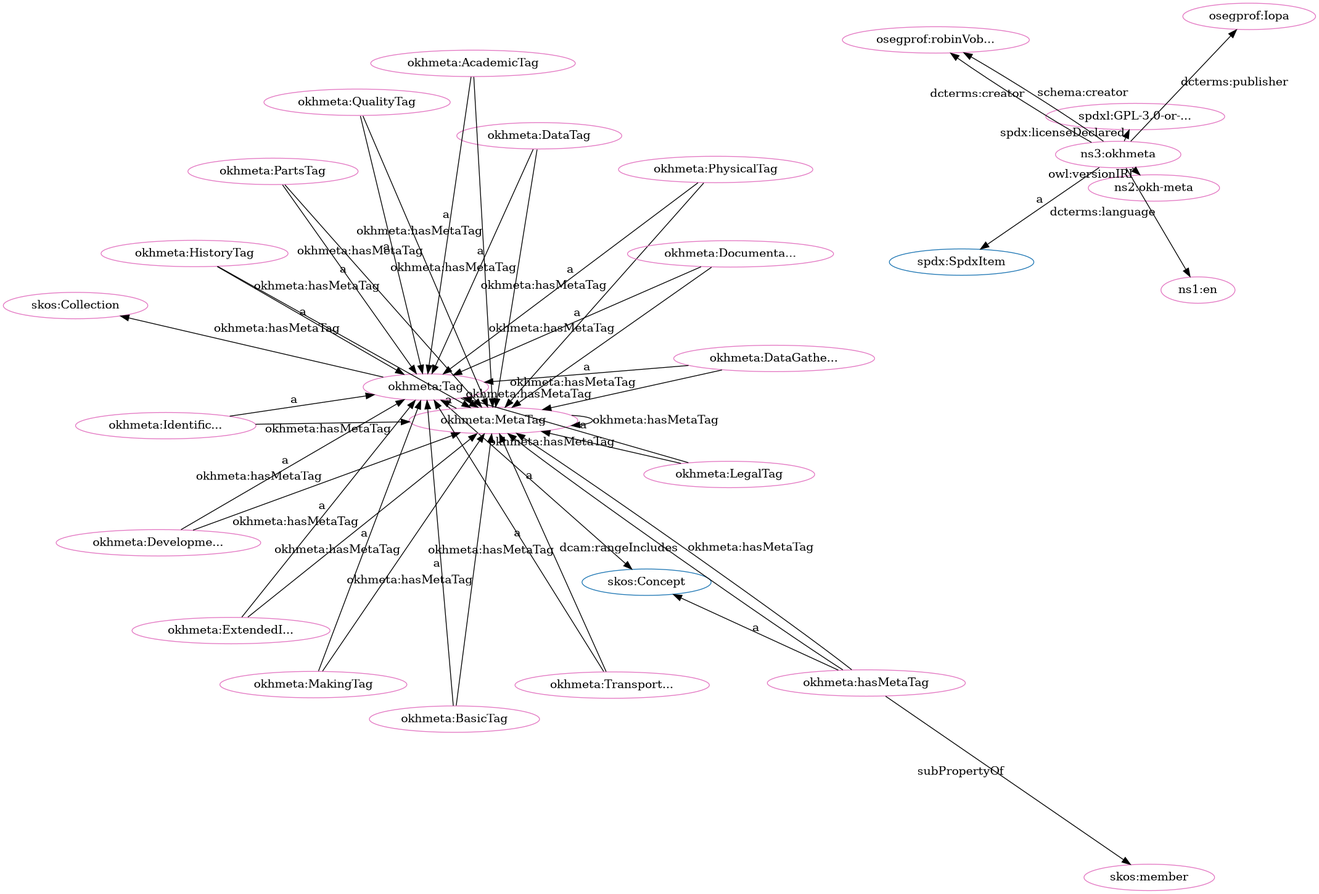
This is src/spec/dot_okh-meta-clean.png from iop-alliance/OpenKnowHow, a Graphviz export, as it was before one commit. Its source is kept beside it as src/spec/dot_okh-meta-clean.dot.
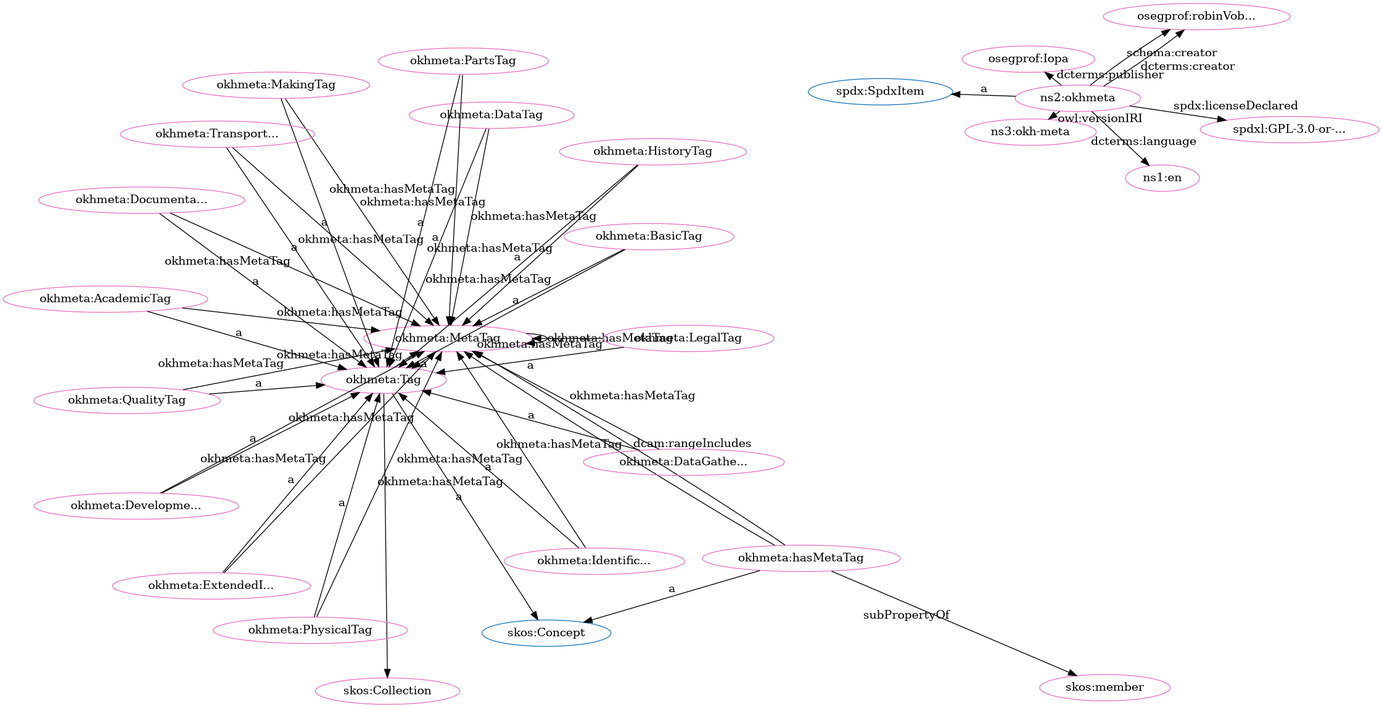
Later version of the same file.

Change to the diagram source:
```diff
@@ -1,80 +1,80 @@
 digraph G {
   rankdir=BT
   node[height=.3]
+"http://spdx.org/rdf/terms#SpdxItem" [fillcolor="#1f77b4" color="#1f77b4" label="spdx:SpdxItem"]
+"http://www.w3.org/2004/02/skos/core#Collection" [fillcolor="#1f77b4" color="#1f77b4" label="skos:Collection"]
 "http://www.w3.org/2004/02/skos/core#Concept" [fillcolor="#1f77b4" color="#1f77b4" label="skos:Concept"]
-"http://www.w3.org/2004/02/skos/core#Collection" [fillcolor="#1f77b4" color="#1f77b4" label="skos:Collection"]
-"http://spdx.org/rdf/terms#SpdxItem" [fillcolor="#1f77b4" color="#1f77b4" label="spdx:SpdxItem"]
 "http://w3id.org/oseg/ont/okhmeta#Tag" [fillcolor="#1f77b4" color="#1f77b4" label="okhmeta:Tag"]
 "http://w3id.org/oseg/ont/okhmeta#MetaTag" [fillcolor="#e377c2" color="#e377c2" label="okhmeta:MetaTag"]
+"http://id.loc.gov/vocabulary/iso639-1/en" [fillcolor="#e377c2" color="#e377c2" label="ns1:en"]
+"http://w3id.org/oseg/ont/okhmeta#hasMetaTag" [fillcolor="#e377c2" color="#e377c2" label="okhmeta:hasMetaTag"]
+"http://w3id.org/oseg/ont/okhmeta#MakingTag" [fillcolor="#e377c2" color="#e377c2" label="okhmeta:MakingTag"]
+"http://w3id.org/oseg/ont/okhmeta#DevelopmentTag" [fillcolor="#e377c2" color="#e377c2" label="okhmeta:Developme..."]
+"http://w3id.org/oseg/ont/okhmeta#Tag" [fillcolor="#e377c2" color="#e377c2" label="okhmeta:Tag"]
 "http://w3id.org/oseg/ont/okhmeta#LegalTag" [fillcolor="#e377c2" color="#e377c2" label="okhmeta:LegalTag"]
-"http://id.loc.gov/vocabulary/iso639-1/en" [fillcolor="#e377c2" color="#e377c2" label="ns1:en"]
+"http://w3id.org/oseg/ont/okhmeta#QualityTag" [fillcolor="#e377c2" color="#e377c2" label="okhmeta:QualityTag"]
+"http://w3id.org/oseg/ont/okhmeta#ExtendedInfoTag" [fillcolor="#e377c2" color="#e377c2" label="okhmeta:ExtendedI..."]
+"http://w3id.org/oseg/ont/okhmeta#IdentificationTag" [fillcolor="#e377c2" color="#e377c2" label="okhmeta:Identific..."]
+"http://w3id.org/oseg/ont/okhmeta" [fillcolor="#e377c2" color="#e377c2" label="ns2:okhmeta"]
+"http://w3id.org/oseg/ont/oseg-profiles#Iopa" [fillcolor="#e377c2" color="#e377c2" label="osegprof:Iopa"]
 "http://w3id.org/oseg/ont/okhmeta#DataTag" [fillcolor="#e377c2" color="#e377c2" label="okhmeta:DataTag"]
+"http://spdx.org/licenses/GPL-3.0-or-later" [fillcolor="#e377c2" color="#e377c2" label="spdxl:GPL-3.0-or-..."]
+"http://w3id.org/oseg/ont/oseg-profiles#robinVobruba" [fillcolor="#e377c2" color="#e377c2" label="osegprof:robinVob..."]
+"http://www.w3.org/2004/02/skos/core#Collection" [fillcolor="#e377c2" color="#e377c2" label="skos:Collection"]
+"http://www.w3.org/2004/02/skos/core#member" [fillcolor="#e377c2" color="#e377c2" label="skos:member"]
+"http://w3id.org/oseg/ont/okhmeta#BasicTag" [fillcolor="#e377c2" color="#e377c2" label="okhmeta:BasicTag"]
 "http://w3id.org/oseg/ont/okhmeta#HistoryTag" [fillcolor="#e377c2" color="#e377c2" label="okhmeta:HistoryTag"]
-"http://w3id.org/oseg/ont/1.1.0/okh-meta" [fillcolor="#e377c2" color="#e377c2" label="ns2:okh-meta"]
+"http://w3id.org/oseg/ont/okhmeta#DocumentationTag" [fillcolor="#e377c2" color="#e377c2" label="okhmeta:Documenta..."]
 "http://w3id.org/oseg/ont/okhmeta#DataGatheringTag" [fillcolor="#e377c2" color="#e377c2" label="okhmeta:DataGathe..."]
-"http://w3id.org/oseg/ont/okhmeta#MakingTag" [fillcolor="#e377c2" color="#e377c2" label="okhmeta:MakingTag"]
+"http://w3id.org/oseg/ont/okhmeta#PartsTag" [fillcolor="#e377c2" color="#e377c2" label="okhmeta:PartsTag"]
+"http://w3id.org/oseg/ont/okhmeta#PhysicalTag" [fillcolor="#e377c2" color="#e377c2" label="okhmeta:PhysicalTag"]
 "http://w3id.org/oseg/ont/okhmeta#TransportationTag" [fillcolor="#e377c2" color="#e377c2" label="okhmeta:Transport..."]
-"http://w3id.org/oseg/ont/oseg-profiles#robinVobruba" [fillcolor="#e377c2" color="#e377c2" label="osegprof:robinVob..."]
-"http://w3id.org/oseg/ont/okhmeta#hasMetaTag" [fillcolor="#e377c2" color="#e377c2" label="okhmeta:hasMetaTag"]
-"http://w3id.org/oseg/ont/okhmeta#IdentificationTag" [fillcolor="#e377c2" color="#e377c2" label="okhmeta:Identific..."]
-"http://w3id.org/oseg/ont/oseg-profiles#Iopa" [fillcolor="#e377c2" color="#e377c2" label="osegprof:Iopa"]
-"http://spdx.org/licenses/GPL-3.0-or-later" [fillcolor="#e377c2" color="#e377c2" label="spdxl:GPL-3.0-or-..."]
-"http://w3id.org/oseg/ont/okhmeta#BasicTag" [fillcolor="#e377c2" color="#e377c2" label="okhmeta:BasicTag"]
 "http://w3id.org/oseg/ont/okhmeta#AcademicTag" [fillcolor="#e377c2" color="#e377c2" label="okhmeta:AcademicTag"]
-"http://w3id.org/oseg/ont/okhmeta#PhysicalTag" [fillcolor="#e377c2" color="#e377c2" label="okhmeta:PhysicalTag"]
-"http://w3id.org/oseg/ont/okhmeta#DocumentationTag" [fillcolor="#e377c2" color="#e377c2" label="okhmeta:Documenta..."]
-"http://w3id.org/oseg/ont/okhmeta#Tag" [fillcolor="#e377c2" color="#e377c2" label="okhmeta:Tag"]
-"http://w3id.org/oseg/ont/okhmeta#DevelopmentTag" [fillcolor="#e377c2" color="#e377c2" label="okhmeta:Developme..."]
-"http://w3id.org/oseg/ont/okhmeta#PartsTag" [fillcolor="#e377c2" color="#e377c2" label="okhmeta:PartsTag"]
-"http://www.w3.org/2004/02/skos/core#Collection" [fillcolor="#e377c2" color="#e377c2" label="skos:Collection"]
-"http://w3id.org/oseg/ont/okhmeta#ExtendedInfoTag" [fillcolor="#e377c2" color="#e377c2" label="okhmeta:ExtendedI..."]
-"http://w3id.org/oseg/ont/okhmeta" [fillcolor="#e377c2" color="#e377c2" label="ns3:okhmeta"]
-"http://w3id.org/oseg/ont/okhmeta#QualityTag" [fillcolor="#e377c2" color="#e377c2" label="okhmeta:QualityTag"]
-"http://www.w3.org/2004/02/skos/core#member" [fillcolor="#e377c2" color="#e377c2" label="skos:member"]
+"http://w3id.org/oseg/ont/1.1.0/okh-meta" [fillcolor="#e377c2" color="#e377c2" label="ns3:okh-meta"]
+  "http://w3id.org/oseg/ont/okhmeta" -> "http://id.loc.gov/vocabulary/iso639-1/en" [label="dcterms:language"]
+  "http://w3id.org/oseg/ont/okhmeta#AcademicTag" -> "http://w3id.org/oseg/ont/okhmeta#MetaTag" [label="okhmeta:hasMetaTag"]
+  "http://w3id.org/oseg/ont/okhmeta#BasicTag" -> "http://w3id.org/oseg/ont/okhmeta#MetaTag" [label="okhmeta:hasMetaTag"]
+  "http://w3id.org/oseg/ont/okhmeta#MakingTag" -> "http://w3id.org/oseg/ont/okhmeta#Tag" [label="a"]
+  "http://w3id.org/oseg/ont/okhmeta#DevelopmentTag" -> "http://w3id.org/oseg/ont/okhmeta#Tag" [label="a"]
   "http://w3id.org/oseg/ont/okhmeta#MakingTag" -> "http://w3id.org/oseg/ont/okhmeta#MetaTag" [label="okhmeta:hasMetaTag"]
-  "http://w3id.org/oseg/ont/okhmeta" -> "http://id.loc.gov/vocabulary/iso639-1/en" [label="dcterms:language"]
+  "http://w3id.org/oseg/ont/okhmeta#hasMetaTag" -> "http://w3id.org/oseg/ont/okhmeta#MetaTag" [label="okhmeta:hasMetaTag"]
+  "http://w3id.org/oseg/ont/okhmeta#Tag" -> "http://w3id.org/oseg/ont/okhmeta#MetaTag" [label="okhmeta:hasMetaTag"]
+  "http://w3id.org/oseg/ont/okhmeta#IdentificationTag" -> "http://w3id.org/oseg/ont/okhmeta#Tag" [label="a"]
+  "http://w3id.org/oseg/ont/okhmeta#PhysicalTag" -> "http://w3id.org/oseg/ont/okhmeta#MetaTag" [label="okhmeta:hasMetaTag"]
+  "http://w3id.org/oseg/ont/okhmeta" -> "http://spdx.org/rdf/terms#SpdxItem" [label="a"]
+  "http://w3id.org/oseg/ont/okhmeta#PartsTag" -> "http://w3id.org/oseg/ont/okhmeta#MetaTag" [label="okhmeta:hasMetaTag"]
+  "http://w3id.org/oseg/ont/okhmeta#DataGatheringTag" -> "http://w3id.org/oseg/ont/okhmeta#MetaTag" [label="okhmeta:hasMetaTag"]
+  "http://w3id.org/oseg/ont/okhmeta" -> "http://spdx.org/licenses/GPL-3.0-or-later" [label="spdx:licenseDeclared"]
+  "http://w3id.org/oseg/ont/okhmeta" -> "http://w3id.org/oseg/ont/oseg-profiles#robinVobruba" [label="schema:creator"]
+  "http://w3id.org/oseg/ont/okhmeta#BasicTag" -> "http://w3id.org/oseg/ont/okhmeta#Tag" [label="a"]
   "http://w3id.org/oseg/ont/okhmeta#HistoryTag" -> "http://w3id.org/oseg/ont/okhmeta#Tag" [label="a"]
+  "http://w3id.org/oseg/ont/okhmeta#DocumentationTag" -> "http://w3id.org/oseg/ont/okhmeta#Tag" [label="a"]
+  "http://w3id.org/oseg/ont/okhmeta#DataGatheringTag" -> "http://w3id.org/oseg/ont/okhmeta#Tag" [label="a"]
+  "http://w3id.org/oseg/ont/okhmeta#hasMetaTag" -> "http://www.w3.org/2004/02/skos/core#Concept" [label="a"]
+  "http://w3id.org/oseg/ont/okhmeta#HistoryTag" -> "http://w3id.org/oseg/ont/okhmeta#MetaTag" [label="okhmeta:hasMetaTag"]
+  "http://w3id.org/oseg/ont/okhmeta#MetaTag" -> "http://w3id.org/oseg/ont/okhmeta#Tag" [label="a"]
+  "http://w3id.org/oseg/ont/okhmeta#PhysicalTag" -> "http://w3id.org/oseg/ont/okhmeta#Tag" [label="a"]
+  "http://w3id.org/oseg/ont/okhmeta#DevelopmentTag" -> "http://w3id.org/oseg/ont/okhmeta#MetaTag" [label="okhmeta:hasMetaTag"]
+  "http://w3id.org/oseg/ont/okhmeta#DocumentationTag" -> "http://w3id.org/oseg/ont/okhmeta#MetaTag" [label="okhmeta:hasMetaTag"]
   "http://w3id.org/oseg/ont/okhmeta" -> "http://w3id.org/oseg/ont/1.1.0/okh-meta" [label="owl:versionIRI"]
-  "http://w3id.org/oseg/ont/okhmeta#DataGatheringTag" -> "http://w3id.org/oseg/ont/okhmeta#Tag" [label="a"]
-  "http://w3id.org/oseg/ont/okhmeta#MakingTag" -> "http://w3id.org/oseg/ont/okhmeta#Tag" [label="a"]
+  "http://w3id.org/oseg/ont/okhmeta#DataTag" -> "http://w3id.org/oseg/ont/okhmeta#MetaTag" [label="okhmeta:hasMetaTag"]
+  "http://w3id.org/oseg/ont/okhmeta#ExtendedInfoTag" -> "http://w3id.org/oseg/ont/okhmeta#MetaTag" [label="okhmeta:hasMetaTag"]
+  "http://w3id.org/oseg/ont/okhmeta#Tag" -> "http://www.w3.org/2004/02/skos/core#Concept" [label="a"]
+  "http://w3id.org/oseg/ont/okhmeta#LegalTag" -> "http://w3id.org/oseg/ont/okhmeta#Tag" [label="a"]
+  "http://w3id.org/oseg/ont/okhmeta#QualityTag" -> "http://w3id.org/oseg/ont/okhmeta#Tag" [label="a"]
+  "http://w3id.org/oseg/ont/okhmeta#ExtendedInfoTag" -> "http://w3id.org/oseg/ont/okhmeta#Tag" [label="a"]
+  "http://w3id.org/oseg/ont/okhmeta" -> "http://w3id.org/oseg/ont/oseg-profiles#Iopa" [label="dcterms:publisher"]
+  "http://w3id.org/oseg/ont/okhmeta#DataTag" -> "http://w3id.org/oseg/ont/okhmeta#Tag" [label="a"]
+  "http://w3id.org/oseg/ont/okhmeta#QualityTag" -> "http://w3id.org/oseg/ont/okhmeta#MetaTag" [label="okhmeta:hasMetaTag"]
+  "http://w3id.org/oseg/ont/okhmeta#Tag" -> "http://www.w3.org/2004/02/skos/core#Collection" [label=""]
+  "http://w3id.org/oseg/ont/okhmeta#hasMetaTag" -> "http://www.w3.org/2004/02/skos/core#member" [label="subPropertyOf"]
+  "http://w3id.org/oseg/ont/okhmeta#LegalTag" -> "http://w3id.org/oseg/ont/okhmeta#MetaTag" [label="okhmeta:hasMetaTag"]
+  "http://w3id.org/oseg/ont/okhmeta#hasMetaTag" -> "http://w3id.org/oseg/ont/okhmeta#MetaTag" [label="dcam:rangeIncludes"]
+  "http://w3id.org/oseg/ont/okhmeta#PartsTag" -> "http://w3id.org/oseg/ont/okhmeta#Tag" [label="a"]
   "http://w3id.org/oseg/ont/okhmeta" -> "http://w3id.org/oseg/ont/oseg-profiles#robinVobruba" [label="dcterms:creator"]
-  "http://w3id.org/oseg/ont/okhmeta#hasMetaTag" -> "http://w3id.org/oseg/ont/okhmeta#MetaTag" [label="dcam:rangeIncludes"]
-  "http://w3id.org/oseg/ont/okhmeta#hasMetaTag" -> "http://www.w3.org/2004/02/skos/core#Concept" [label="a"]
-  "http://w3id.org/oseg/ont/okhmeta#QualityTag" -> "http://w3id.org/oseg/ont/okhmeta#MetaTag" [label="okhmeta:hasMetaTag"]
+  "http://w3id.org/oseg/ont/okhmeta#TransportationTag" -> "http://w3id.org/oseg/ont/okhmeta#Tag" [label="a"]
   "http://w3id.org/oseg/ont/okhmeta#MetaTag" -> "http://w3id.org/oseg/ont/okhmeta#MetaTag" [label="okhmeta:hasMetaTag"]
-  "http://w3id.org/oseg/ont/okhmeta#HistoryTag" -> "http://w3id.org/oseg/ont/okhmeta#MetaTag" [label="okhmeta:hasMetaTag"]
-  "http://w3id.org/oseg/ont/okhmeta#PhysicalTag" -> "http://w3id.org/oseg/ont/okhmeta#Tag" [label="a"]
-  "http://w3id.org/oseg/ont/okhmeta#DocumentationTag" -> "http://w3id.org/oseg/ont/okhmeta#Tag" [label="a"]
-  "http://w3id.org/oseg/ont/okhmeta#ExtendedInfoTag" -> "http://w3id.org/oseg/ont/okhmeta#MetaTag" [label="okhmeta:hasMetaTag"]
+  "http://w3id.org/oseg/ont/okhmeta#AcademicTag" -> "http://w3id.org/oseg/ont/okhmeta#Tag" [label="a"]
+  "http://w3id.org/oseg/ont/okhmeta#TransportationTag" -> "http://w3id.org/oseg/ont/okhmeta#MetaTag" [label="okhmeta:hasMetaTag"]
   "http://w3id.org/oseg/ont/okhmeta#IdentificationTag" -> "http://w3id.org/oseg/ont/okhmeta#MetaTag" [label="okhmeta:hasMetaTag"]
-  "http://w3id.org/oseg/ont/okhmeta#PartsTag" -> "http://w3id.org/oseg/ont/okhmeta#Tag" [label="a"]
-  "http://w3id.org/oseg/ont/okhmeta#Tag" -> "http://www.w3.org/2004/02/skos/core#Collection" [label=""]
-  "http://w3id.org/oseg/ont/okhmeta#ExtendedInfoTag" -> "http://w3id.org/oseg/ont/okhmeta#Tag" [label="a"]
-  "http://w3id.org/oseg/ont/okhmeta#DocumentationTag" -> "http://w3id.org/oseg/ont/okhmeta#MetaTag" [label="okhmeta:hasMetaTag"]
-  "http://w3id.org/oseg/ont/okhmeta#PhysicalTag" -> "http://w3id.org/oseg/ont/okhmeta#MetaTag" [label="okhmeta:hasMetaTag"]
-  "http://w3id.org/oseg/ont/okhmeta#TransportationTag" -> "http://w3id.org/oseg/ont/okhmeta#MetaTag" [label="okhmeta:hasMetaTag"]
-  "http://w3id.org/oseg/ont/okhmeta#DataGatheringTag" -> "http://w3id.org/oseg/ont/okhmeta#MetaTag" [label="okhmeta:hasMetaTag"]
-  "http://w3id.org/oseg/ont/okhmeta#LegalTag" -> "http://w3id.org/oseg/ont/okhmeta#Tag" [label="a"]
-  "http://w3id.org/oseg/ont/okhmeta#DataTag" -> "http://w3id.org/oseg/ont/okhmeta#Tag" [label="a"]
-  "http://w3id.org/oseg/ont/okhmeta#TransportationTag" -> "http://w3id.org/oseg/ont/okhmeta#Tag" [label="a"]
-  "http://w3id.org/oseg/ont/okhmeta#IdentificationTag" -> "http://w3id.org/oseg/ont/okhmeta#Tag" [label="a"]
-  "http://w3id.org/oseg/ont/okhmeta" -> "http://w3id.org/oseg/ont/oseg-profiles#Iopa" [label="dcterms:publisher"]
-  "http://w3id.org/oseg/ont/okhmeta" -> "http://spdx.org/licenses/GPL-3.0-or-later" [label="spdx:licenseDeclared"]
-  "http://w3id.org/oseg/ont/okhmeta#DataTag" -> "http://w3id.org/oseg/ont/okhmeta#MetaTag" [label="okhmeta:hasMetaTag"]
-  "http://w3id.org/oseg/ont/okhmeta#BasicTag" -> "http://w3id.org/oseg/ont/okhmeta#Tag" [label="a"]
-  "http://w3id.org/oseg/ont/okhmeta#AcademicTag" -> "http://w3id.org/oseg/ont/okhmeta#Tag" [label="a"]
-  "http://w3id.org/oseg/ont/okhmeta#Tag" -> "http://www.w3.org/2004/02/skos/core#Concept" [label="a"]
-  "http://w3id.org/oseg/ont/okhmeta#PartsTag" -> "http://w3id.org/oseg/ont/okhmeta#MetaTag" [label="okhmeta:hasMetaTag"]
-  "http://w3id.org/oseg/ont/okhmeta" -> "http://w3id.org/oseg/ont/oseg-profiles#robinVobruba" [label="schema:creator"]
-  "http://w3id.org/oseg/ont/okhmeta#DevelopmentTag" -> "http://w3id.org/oseg/ont/okhmeta#Tag" [label="a"]
-  "http://w3id.org/oseg/ont/okhmeta#Tag" -> "http://w3id.org/oseg/ont/okhmeta#MetaTag" [label="okhmeta:hasMetaTag"]
-  "http://w3id.org/oseg/ont/okhmeta#hasMetaTag" -> "http://w3id.org/oseg/ont/okhmeta#MetaTag" [label="okhmeta:hasMetaTag"]
-  "http://w3id.org/oseg/ont/okhmeta#BasicTag" -> "http://w3id.org/oseg/ont/okhmeta#MetaTag" [label="okhmeta:hasMetaTag"]
-  "http://w3id.org/oseg/ont/okhmeta" -> "http://spdx.org/rdf/terms#SpdxItem" [label="a"]
-  "http://w3id.org/oseg/ont/okhmeta#AcademicTag" -> "http://w3id.org/oseg/ont/okhmeta#MetaTag" [label="okhmeta:hasMetaTag"]
-  "http://w3id.org/oseg/ont/okhmeta#MetaTag" -> "http://w3id.org/oseg/ont/okhmeta#Tag" [label="a"]
-  "http://w3id.org/oseg/ont/okhmeta#LegalTag" -> "http://w3id.org/oseg/ont/okhmeta#MetaTag" [label="okhmeta:hasMetaTag"]
-  "http://w3id.org/oseg/ont/okhmeta#DevelopmentTag" -> "http://w3id.org/oseg/ont/okhmeta#MetaTag" [label="okhmeta:hasMetaTag"]
-  "http://w3id.org/oseg/ont/okhmeta#QualityTag" -> "http://w3id.org/oseg/ont/okhmeta#Tag" [label="a"]
-  "http://w3id.org/oseg/ont/okhmeta#hasMetaTag" -> "http://www.w3.org/2004/02/skos/core#member" [label="subPropertyOf"]
 }
```
